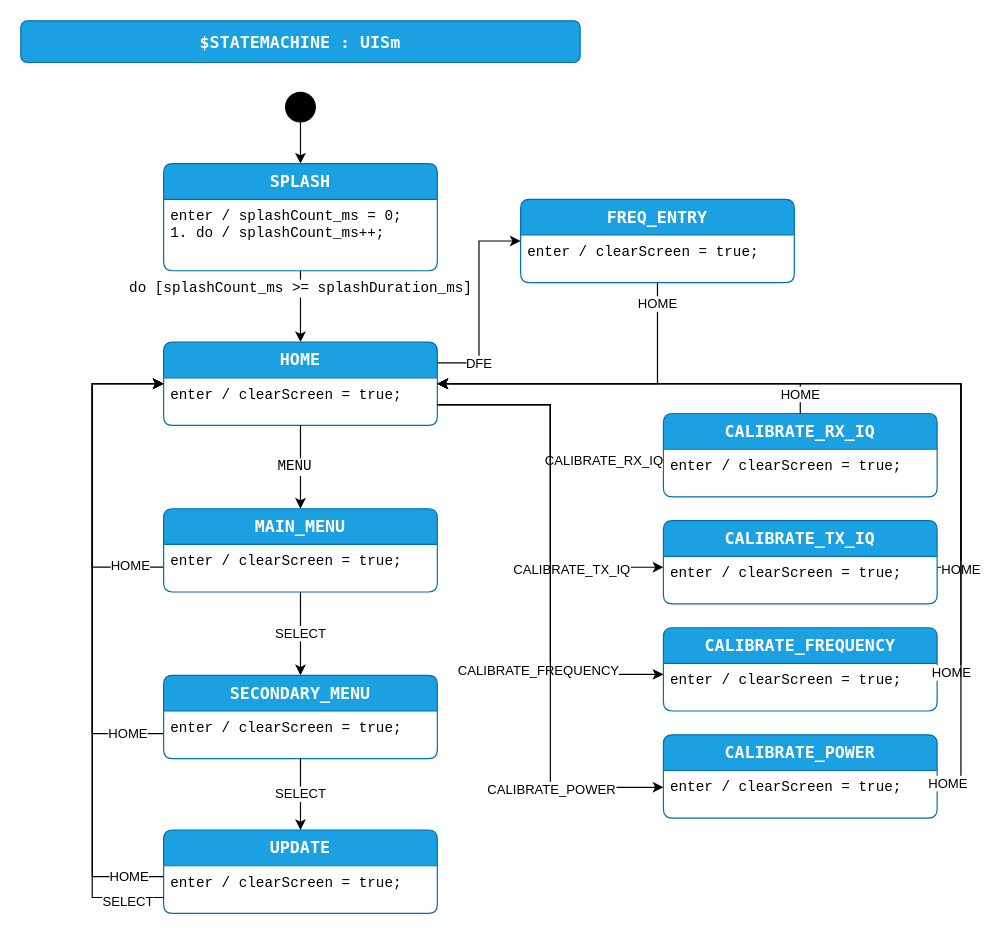
Earlier version of the draw.io diagram page "design" (1 of 3) of code/src/PhoenixSketch/UISm.drawio (KI3P/Phoenix). Source tidied: cells renumbered, new cells numbered last; positions are measured from the earlier drawing's top-left corner, leaving out a move shared by most shapes. Both pictures are drawn from the tidied source at 119%, with x=0, y=0 at pixel (20, 20).
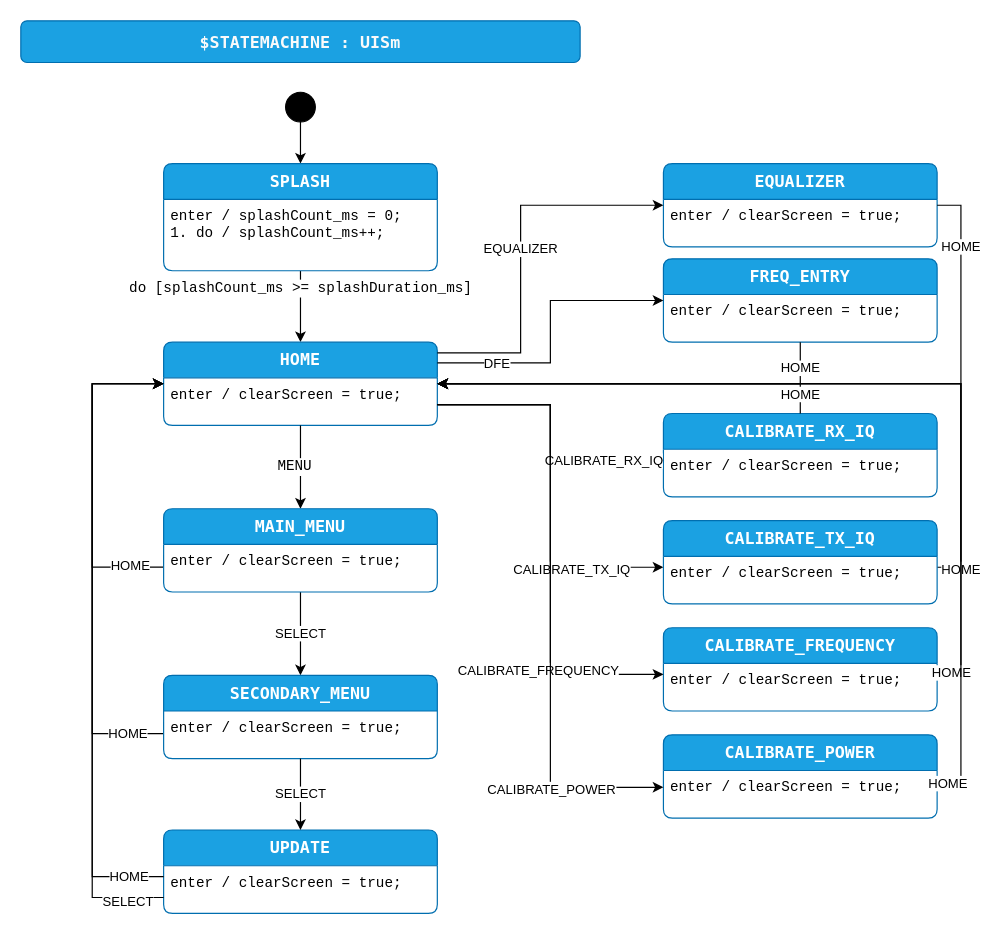
The same diagram, later.

Unchanged cells that the change refers to:
```xml
<mxCell id="8" value="HOME" style="shape=swimlane;align=center;verticalAlign=top;fontFamily=Lucida Console;startSize=30;fontSize=14;fontStyle=1;fontColor=#ffffff;fillColor=#1ba1e2;swimlaneFillColor=default;rounded=1;arcSize=15;absoluteArcSize=1;points=[[0,0,0,0,0],[0,0.06,0,0,0],[0,0.13,0,0,0],[0,0.19,0,0,0],[0,0.25,0,0,0],[0,0.31,0,0,0],[0,0.38,0,0,0],[0,0.44,0,0,0],[0,0.5,0,0,0],[0,0.56,0,0,0],[0,0.63,0,0,0],[0,0.69,0,0,0],[0,0.75,0,0,0],[0,0.81,0,0,0],[0,0.88,0,0,0],[0,0.94,0,0,0],[0,1,0,0,0],[0.06,0,0,0,0],[0.06,1,0,0,0],[0.13,0,0,0,0],[0.13,1,0,0,0],[0.19,0,0,0,0],[0.19,1,0,0,0],[0.25,0,0,0,0],[0.25,1,0,0,0],[0.31,0,0,0,0],[0.31,1,0,0,0],[0.38,0,0,0,0],[0.38,1,0,0,0],[0.44,0,0,0,0],[0.44,1,0,0,0],[0.5,0,0,0,0],[0.5,1,0,0,0],[0.56,0,0,0,0],[0.56,1,0,0,0],[0.63,0,0,0,0],[0.63,1,0,0,0],[0.69,0,0,0,0],[0.69,1,0,0,0],[0.75,0,0,0,0],[0.75,1,0,0,0],[0.81,0,0,0,0],[0.81,1,0,0,0],[0.88,0,0,0,0],[0.88,1,0,0,0],[0.94,0,0,0,0],[0.94,1,0,0,0],[1,0,0,0,0],[1,0.06,0,0,0],[1,0.13,0,0,0],[1,0.19,0,0,0],[1,0.25,0,0,0],[1,0.31,0,0,0],[1,0.38,0,0,0],[1,0.44,0,0,0],[1,0.5,0,0,0],[1,0.56,0,0,0],[1,0.63,0,0,0],[1,0.69,0,0,0],[1,0.75,0,0,0],[1,0.81,0,0,0],[1,0.88,0,0,0],[1,0.94,0,0,0],[1,1,0,0,0]];strokeColor=#006EAF;" parent="1" vertex="1">
  <mxGeometry x="120" y="270" width="230" height="70" as="geometry" />
</mxCell>
```

Diff of the diagram source:
```diff
@@
     <mxCell id="27" value="FREQ_ENTRY" style="shape=swimlane;align=center;verticalAlign=top;fontFamily=Lucida Console;startSize=30;fontSize=14;fontStyle=1;fontColor=#ffffff;fillColor=#1ba1e2;swimlaneFillColor=default;rounded=1;arcSize=15;absoluteArcSize=1;points=[[0,0,0,0,0],[0,0.06,0,0,0],[0,0.13,0,0,0],[0,0.19,0,0,0],[0,0.25,0,0,0],[0,0.31,0,0,0],[0,0.38,0,0,0],[0,0.44,0,0,0],[0,0.5,0,0,0],[0,0.56,0,0,0],[0,0.63,0,0,0],[0,0.69,0,0,0],[0,0.75,0,0,0],[0,0.81,0,0,0],[0,0.88,0,0,0],[0,0.94,0,0,0],[0,1,0,0,0],[0.06,0,0,0,0],[0.06,1,0,0,0],[0.13,0,0,0,0],[0.13,1,0,0,0],[0.19,0,0,0,0],[0.19,1,0,0,0],[0.25,0,0,0,0],[0.25,1,0,0,0],[0.31,0,0,0,0],[0.31,1,0,0,0],[0.38,0,0,0,0],[0.38,1,0,0,0],[0.44,0,0,0,0],[0.44,1,0,0,0],[0.5,0,0,0,0],[0.5,1,0,0,0],[0.56,0,0,0,0],[0.56,1,0,0,0],[0.63,0,0,0,0],[0.63,1,0,0,0],[0.69,0,0,0,0],[0.69,1,0,0,0],[0.75,0,0,0,0],[0.75,1,0,0,0],[0.81,0,0,0,0],[0.81,1,0,0,0],[0.88,0,0,0,0],[0.88,1,0,0,0],[0.94,0,0,0,0],[0.94,1,0,0,0],[1,0,0,0,0],[1,0.06,0,0,0],[1,0.13,0,0,0],[1,0.19,0,0,0],[1,0.25,0,0,0],[1,0.31,0,0,0],[1,0.38,0,0,0],[1,0.44,0,0,0],[1,0.5,0,0,0],[1,0.56,0,0,0],[1,0.63,0,0,0],[1,0.69,0,0,0],[1,0.75,0,0,0],[1,0.81,0,0,0],[1,0.88,0,0,0],[1,0.94,0,0,0],[1,1,0,0,0]];strokeColor=#006EAF;" parent="1" vertex="1">
-      <mxGeometry x="420" y="150" width="230" height="70" as="geometry" />
+      <mxGeometry x="540" y="200" width="230" height="70" as="geometry" />
     </mxCell>
@@
+    <mxCell id="49" value="EQUALIZER" style="shape=swimlane;align=center;verticalAlign=top;fontFamily=Lucida Console;startSize=30;fontSize=14;fontStyle=1;fontColor=#ffffff;fillColor=#1ba1e2;swimlaneFillColor=default;rounded=1;arcSize=15;absoluteArcSize=1;points=[[0,0,0,0,0],[0,0.06,0,0,0],[0,0.13,0,0,0],[0,0.19,0,0,0],[0,0.25,0,0,0],[0,0.31,0,0,0],[0,0.38,0,0,0],[0,0.44,0,0,0],[0,0.5,0,0,0],[0,0.56,0,0,0],[0,0.63,0,0,0],[0,0.69,0,0,0],[0,0.75,0,0,0],[0,0.81,0,0,0],[0,0.88,0,0,0],[0,0.94,0,0,0],[0,1,0,0,0],[0.06,0,0,0,0],[0.06,1,0,0,0],[0.13,0,0,0,0],[0.13,1,0,0,0],[0.19,0,0,0,0],[0.19,1,0,0,0],[0.25,0,0,0,0],[0.25,1,0,0,0],[0.31,0,0,0,0],[0.31,1,0,0,0],[0.38,0,0,0,0],[0.38,1,0,0,0],[0.44,0,0,0,0],[0.44,1,0,0,0],[0.5,0,0,0,0],[0.5,1,0,0,0],[0.56,0,0,0,0],[0.56,1,0,0,0],[0.63,0,0,0,0],[0.63,1,0,0,0],[0.69,0,0,0,0],[0.69,1,0,0,0],[0.75,0,0,0,0],[0.75,1,0,0,0],[0.81,0,0,0,0],[0.81,1,0,0,0],[0.88,0,0,0,0],[0.88,1,0,0,0],[0.94,0,0,0,0],[0.94,1,0,0,0],[1,0,0,0,0],[1,0.06,0,0,0],[1,0.13,0,0,0],[1,0.19,0,0,0],[1,0.25,0,0,0],[1,0.31,0,0,0],[1,0.38,0,0,0],[1,0.44,0,0,0],[1,0.5,0,0,0],[1,0.56,0,0,0],[1,0.63,0,0,0],[1,0.69,0,0,0],[1,0.75,0,0,0],[1,0.81,0,0,0],[1,0.88,0,0,0],[1,0.94,0,0,0],[1,1,0,0,0]];strokeColor=#006EAF;" parent="1" vertex="1">
+      <mxGeometry x="540" y="120" width="230" height="70" as="geometry" />
+    </mxCell>
+    <mxCell id="50" value="enter / clearScreen = true;" style="fontFamily=Courier New;align=left;verticalAlign=top;fillColor=none;gradientColor=none;strokeColor=none;rounded=0;spacingLeft=4;" parent="49" vertex="1">
+      <mxGeometry y="30" width="230" height="30" as="geometry" />
+    </mxCell>
+    <mxCell id="51" value="EQUALIZER" style="edgeStyle=orthogonalEdgeStyle;rounded=0;jettySize=auto;html=1;exitX=1;exitY=0.13;exitDx=0;exitDy=0;exitPerimeter=0;entryX=0;entryY=0.5;entryDx=0;entryDy=0;entryPerimeter=0;" parent="1" edge="1" source="8" target="49">
+      <mxGeometry relative="1" as="geometry">
+        <Array as="points">
+          <mxPoint x="420" y="279" />
+          <mxPoint x="420" y="155" />
+        </Array>
+      </mxGeometry>
+    </mxCell>
+    <mxCell id="52" value="HOME" style="edgeStyle=orthogonalEdgeStyle;rounded=0;jettySize=auto;html=1;exitX=1;exitY=0.5;exitDx=0;exitDy=0;exitPerimeter=0;entryX=1;entryY=0.5;entryDx=0;entryDy=0;entryPerimeter=0;" parent="1" edge="1" source="49" target="8">
+      <mxGeometry x="-0.82" relative="1" as="geometry" />
+    </mxCell>
```
